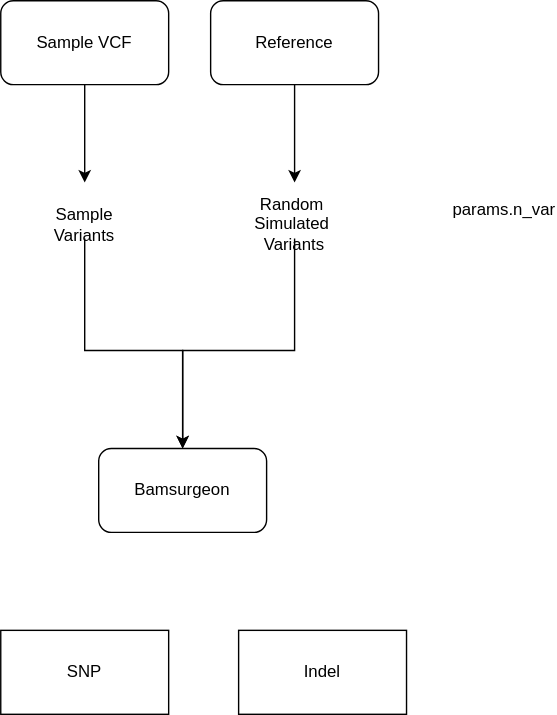
Earlier version of the draw.io export img/overview.drawio.svg (AndersenLab/variant-simulations-nf). Source tidied: cells renumbered, new cells last; positions are measured from the earlier drawing's top-left corner, leaving out a move shared by most shapes.
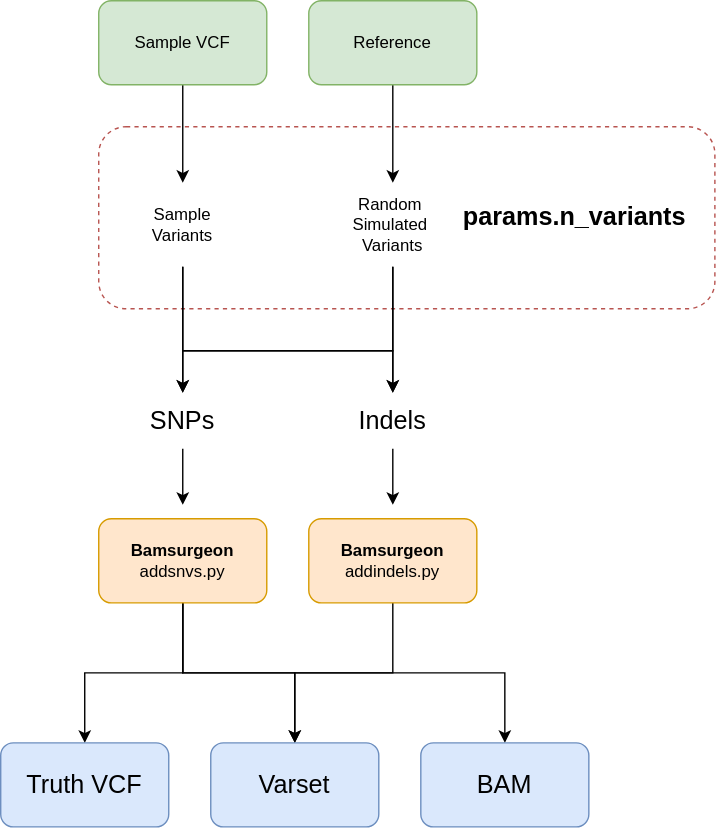
After the commit.

Commit message:
add overview img

Change to the diagram source:
```diff
@@ -2,12 +2,15 @@
   <root>
     <mxCell id="0" />
     <mxCell id="1" parent="0" />
+    <mxCell id="14" style="rounded=1;whiteSpace=wrap;html=1;fillColor=none;strokeColor=#b85450;dashed=1;" parent="1" vertex="1">
+      <mxGeometry y="90" width="440" height="130" as="geometry" />
+    </mxCell>
     <mxCell id="2" style="edgeStyle=orthogonalEdgeStyle;rounded=0;jettySize=auto;html=1;" parent="1" edge="1" source="3">
       <mxGeometry relative="1" as="geometry">
         <mxPoint x="60" y="130" as="targetPoint" />
       </mxGeometry>
     </mxCell>
-    <mxCell id="3" value="Sample VCF" style="rounded=1;whiteSpace=wrap;html=1;" parent="1" vertex="1">
+    <mxCell id="3" value="Sample VCF" style="rounded=1;whiteSpace=wrap;html=1;fillColor=#d5e8d4;strokeColor=#82b366;" parent="1" vertex="1">
       <mxGeometry width="120" height="60" as="geometry" />
     </mxCell>
     <mxCell id="4" style="edgeStyle=orthogonalEdgeStyle;rounded=0;jettySize=auto;html=1;" parent="1" edge="1" source="5">
@@ -15,43 +18,99 @@
         <mxPoint x="210" y="130" as="targetPoint" />
       </mxGeometry>
     </mxCell>
-    <mxCell id="5" value="Reference" style="rounded=1;whiteSpace=wrap;html=1;" parent="1" vertex="1">
+    <mxCell id="5" value="Reference" style="rounded=1;whiteSpace=wrap;html=1;fillColor=#d5e8d4;strokeColor=#82b366;" parent="1" vertex="1">
       <mxGeometry x="150" width="120" height="60" as="geometry" />
     </mxCell>
-    <mxCell id="6" style="edgeStyle=orthogonalEdgeStyle;rounded=0;jettySize=auto;html=1;" parent="1" edge="1" source="7">
-      <mxGeometry relative="1" as="geometry">
-        <mxPoint x="130" y="320" as="targetPoint" />
-        <Array as="points">
-          <mxPoint x="210" y="250" />
-          <mxPoint x="130" y="250" />
-        </Array>
-      </mxGeometry>
-    </mxCell>
+    <mxCell id="15" style="edgeStyle=orthogonalEdgeStyle;rounded=0;orthogonalLoop=1;jettySize=auto;html=1;fontSize=18;" parent="1" edge="1">
+      <mxGeometry relative="1" as="geometry">
+        <mxPoint x="210" y="190" as="sourcePoint" />
+        <mxPoint x="210" y="280" as="targetPoint" />
+      </mxGeometry>
+    </mxCell>
+    <mxCell id="16" style="edgeStyle=orthogonalEdgeStyle;rounded=0;orthogonalLoop=1;jettySize=auto;html=1;fontSize=18;" parent="1" edge="1">
+      <mxGeometry relative="1" as="geometry">
+        <mxPoint x="210" y="190" as="sourcePoint" />
+        <mxPoint x="60" y="280" as="targetPoint" />
+        <Array as="points">
+          <mxPoint x="210" y="250" />
+          <mxPoint x="60" y="250" />
+        </Array>
+      </mxGeometry>
+    </mxCell>
     <mxCell id="7" value="Random&amp;nbsp;&lt;br&gt;Simulated&amp;nbsp;&lt;br&gt;Variants" style="text;html=1;strokeColor=none;fillColor=none;align=center;verticalAlign=middle;whiteSpace=wrap;rounded=0;" parent="1" vertex="1">
       <mxGeometry x="190" y="150" width="40" height="20" as="geometry" />
     </mxCell>
-    <mxCell id="8" style="edgeStyle=orthogonalEdgeStyle;rounded=0;jettySize=auto;html=1;entryX=0.5;entryY=0;entryDx=0;entryDy=0;" parent="1" edge="1" source="9" target="10">
-      <mxGeometry relative="1" as="geometry">
-        <Array as="points">
-          <mxPoint x="60" y="250" />
-          <mxPoint x="130" y="250" />
-        </Array>
-      </mxGeometry>
-    </mxCell>
+    <mxCell id="17" style="edgeStyle=orthogonalEdgeStyle;rounded=0;orthogonalLoop=1;jettySize=auto;html=1;fontSize=18;" parent="1" edge="1">
+      <mxGeometry relative="1" as="geometry">
+        <mxPoint x="60" y="190" as="sourcePoint" />
+        <mxPoint x="60" y="280" as="targetPoint" />
+      </mxGeometry>
+    </mxCell>
+    <mxCell id="18" style="edgeStyle=orthogonalEdgeStyle;rounded=0;orthogonalLoop=1;jettySize=auto;html=1;fontSize=18;" parent="1" edge="1">
+      <mxGeometry relative="1" as="geometry">
+        <mxPoint x="60" y="190" as="sourcePoint" />
+        <mxPoint x="210" y="280" as="targetPoint" />
+        <Array as="points">
+          <mxPoint x="60" y="250" />
+          <mxPoint x="210" y="250" />
+        </Array>
+      </mxGeometry>
+    </mxCell>
     <mxCell id="9" value="Sample&lt;br&gt;Variants" style="text;html=1;strokeColor=none;fillColor=none;align=center;verticalAlign=middle;whiteSpace=wrap;rounded=0;" parent="1" vertex="1">
       <mxGeometry x="40" y="150" width="40" height="20" as="geometry" />
     </mxCell>
+    <mxCell id="19" style="edgeStyle=orthogonalEdgeStyle;rounded=0;jettySize=auto;html=1;entryX=0.5;entryY=0;entryDx=0;entryDy=0;fontSize=18;" parent="1" edge="1" source="10" target="28">
+      <mxGeometry relative="1" as="geometry" />
+    </mxCell>
+    <mxCell id="20" style="edgeStyle=orthogonalEdgeStyle;rounded=0;jettySize=auto;html=1;fontSize=18;" parent="1" edge="1" source="10" target="29">
+      <mxGeometry relative="1" as="geometry" />
+    </mxCell>
+    <mxCell id="21" style="edgeStyle=orthogonalEdgeStyle;rounded=0;jettySize=auto;html=1;fontSize=18;" parent="1" edge="1" source="10" target="30">
+      <mxGeometry relative="1" as="geometry">
+        <Array as="points">
+          <mxPoint x="60" y="480" />
+          <mxPoint x="290" y="480" />
+        </Array>
+      </mxGeometry>
+    </mxCell>
-    <mxCell id="10" value="Bamsurgeon" style="rounded=1;whiteSpace=wrap;html=1;" parent="1" vertex="1">
-      <mxGeometry x="70" y="320" width="120" height="60" as="geometry" />
+    <mxCell id="10" value="&lt;b&gt;Bamsurgeon&lt;br&gt;&lt;/b&gt;addsnvs.py" style="rounded=1;whiteSpace=wrap;html=1;fillColor=#ffe6cc;strokeColor=#d79b00;" parent="1" vertex="1">
+      <mxGeometry y="370" width="120" height="60" as="geometry" />
     </mxCell>
-    <mxCell id="11" value="SNP" style="rounded=0;whiteSpace=wrap;html=1;" parent="1" vertex="1">
-      <mxGeometry y="450" width="120" height="60" as="geometry" />
-    </mxCell>
-    <mxCell id="12" value="Indel" style="rounded=0;whiteSpace=wrap;html=1;" parent="1" vertex="1">
-      <mxGeometry x="170" y="450" width="120" height="60" as="geometry" />
-    </mxCell>
-    <mxCell id="13" value="params.n_var" style="text;html=1;strokeColor=none;fillColor=none;align=center;verticalAlign=middle;whiteSpace=wrap;rounded=0;" parent="1" vertex="1">
-      <mxGeometry x="340" y="140" width="40" height="20" as="geometry" />
+    <mxCell id="13" value="params.n_variants" style="text;html=1;strokeColor=none;fillColor=none;align=center;verticalAlign=middle;whiteSpace=wrap;rounded=0;fontStyle=1;fontSize=18;" parent="1" vertex="1">
+      <mxGeometry x="320" y="145" width="40" height="20" as="geometry" />
     </mxCell>
+    <mxCell id="22" style="edgeStyle=orthogonalEdgeStyle;rounded=0;orthogonalLoop=1;jettySize=auto;html=1;fontSize=18;" parent="1" edge="1">
+      <mxGeometry relative="1" as="geometry">
+        <mxPoint x="60" y="320" as="sourcePoint" />
+        <mxPoint x="60" y="360" as="targetPoint" />
+      </mxGeometry>
+    </mxCell>
+    <mxCell id="23" value="SNPs" style="text;html=1;strokeColor=none;fillColor=none;align=center;verticalAlign=middle;whiteSpace=wrap;rounded=0;dashed=1;fontSize=18;" parent="1" vertex="1">
+      <mxGeometry x="40" y="290" width="40" height="20" as="geometry" />
+    </mxCell>
+    <mxCell id="24" style="edgeStyle=orthogonalEdgeStyle;rounded=0;orthogonalLoop=1;jettySize=auto;html=1;fontSize=18;" parent="1" edge="1">
+      <mxGeometry relative="1" as="geometry">
+        <mxPoint x="210" y="320" as="sourcePoint" />
+        <mxPoint x="210" y="360" as="targetPoint" />
+      </mxGeometry>
+    </mxCell>
+    <mxCell id="25" value="Indels" style="text;html=1;strokeColor=none;fillColor=none;align=center;verticalAlign=middle;whiteSpace=wrap;rounded=0;dashed=1;fontSize=18;" parent="1" vertex="1">
+      <mxGeometry x="190" y="290" width="40" height="20" as="geometry" />
+    </mxCell>
+    <mxCell id="26" style="edgeStyle=orthogonalEdgeStyle;rounded=0;jettySize=auto;html=1;entryX=0.5;entryY=0;entryDx=0;entryDy=0;fontSize=18;" parent="1" edge="1" source="27" target="29">
+      <mxGeometry relative="1" as="geometry" />
+    </mxCell>
+    <mxCell id="27" value="&lt;b&gt;Bamsurgeon&lt;br&gt;&lt;/b&gt;addindels.py" style="rounded=1;whiteSpace=wrap;html=1;fillColor=#ffe6cc;strokeColor=#d79b00;" parent="1" vertex="1">
+      <mxGeometry x="150" y="370" width="120" height="60" as="geometry" />
+    </mxCell>
+    <mxCell id="28" value="Truth VCF" style="rounded=1;whiteSpace=wrap;html=1;fillColor=#dae8fc;fontSize=18;strokeColor=#6c8ebf;" parent="1" vertex="1">
+      <mxGeometry x="-70" y="530" width="120" height="60" as="geometry" />
+    </mxCell>
+    <mxCell id="29" value="Varset" style="rounded=1;whiteSpace=wrap;html=1;fillColor=#dae8fc;fontSize=18;strokeColor=#6c8ebf;" parent="1" vertex="1">
+      <mxGeometry x="80" y="530" width="120" height="60" as="geometry" />
+    </mxCell>
+    <mxCell id="30" value="BAM" style="rounded=1;whiteSpace=wrap;html=1;fillColor=#dae8fc;fontSize=18;strokeColor=#6c8ebf;" parent="1" vertex="1">
+      <mxGeometry x="230" y="530" width="120" height="60" as="geometry" />
+    </mxCell>
   </root>
 </mxGraphModel>
```
